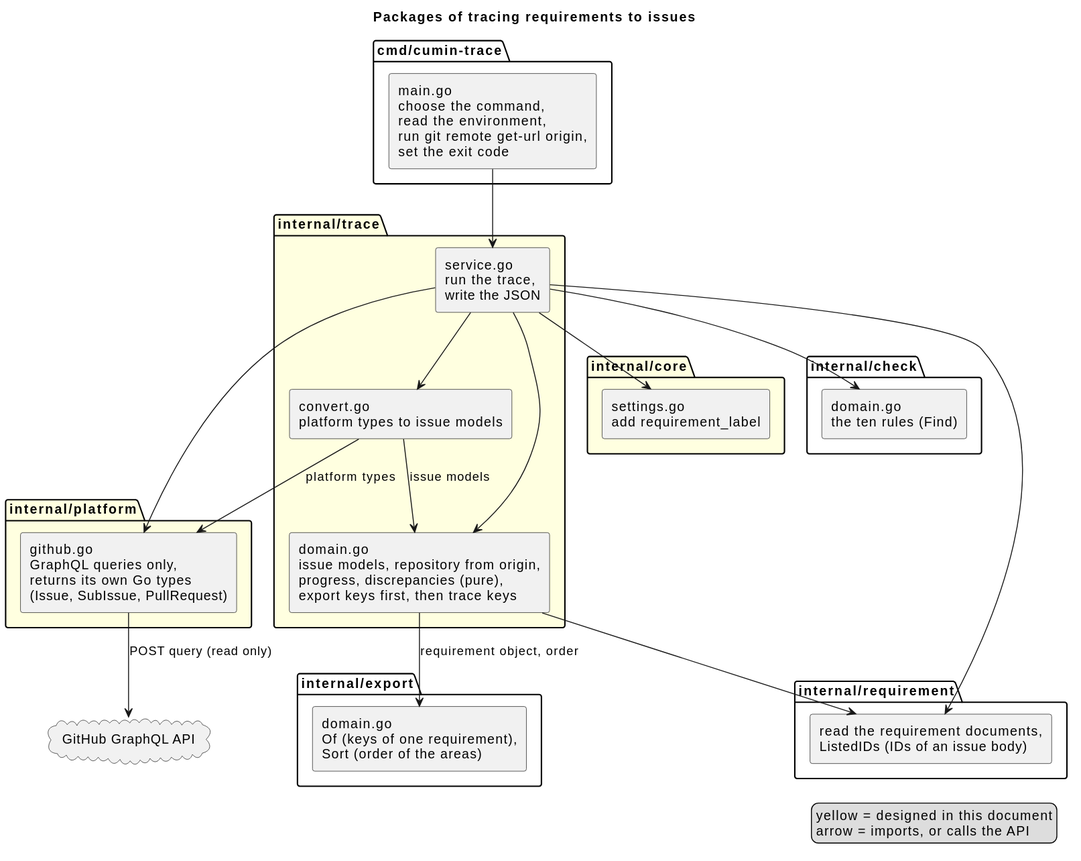
Earlier version of the PlantUML export docs/ja/designs/trace/trace-packages.svg (cloveclovedev/cumin-trace).
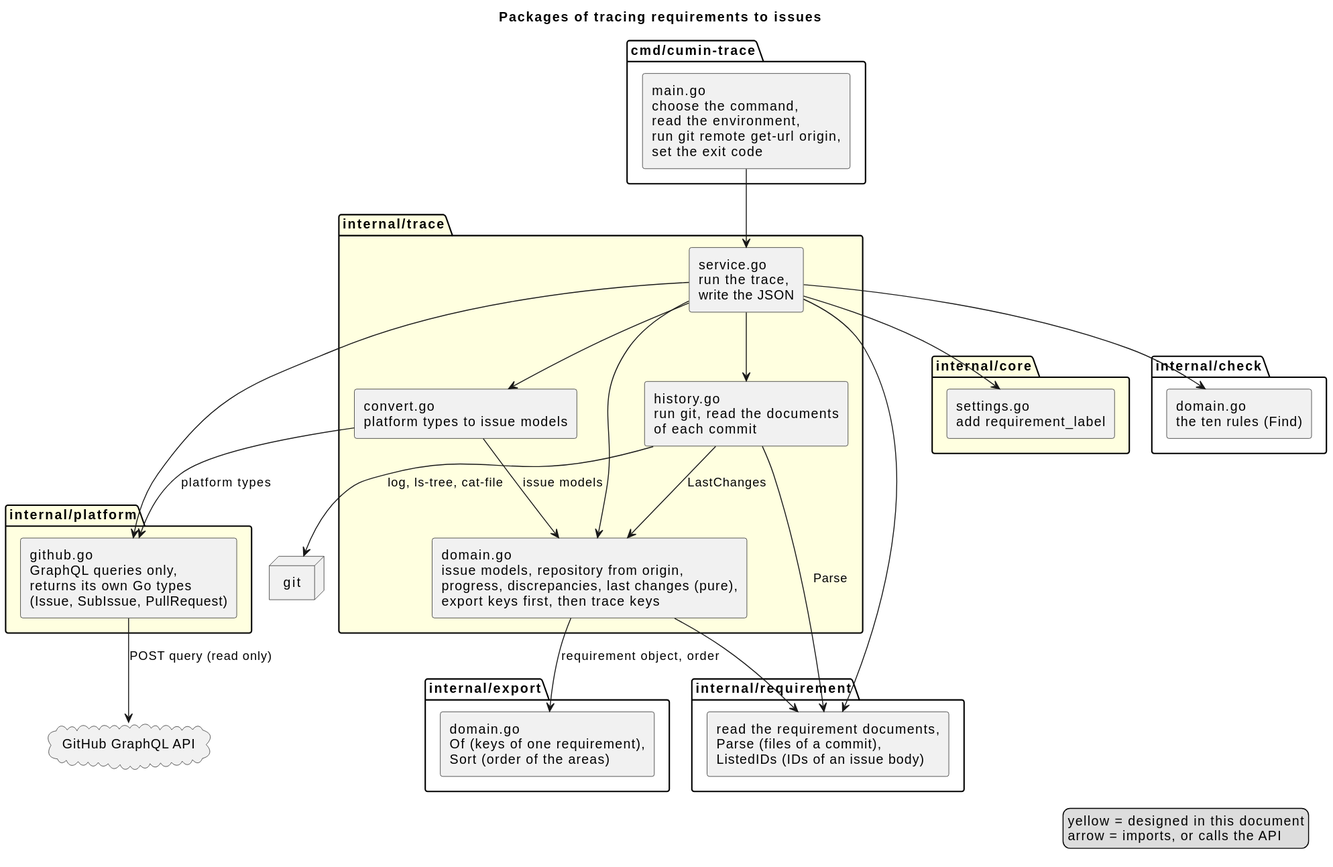
After the commit.

What changed in the source:
```diff
@@ -9,8 +9,9 @@
 
 package "internal/trace" #LightYellow {
   [service.go\nrun the trace,\nwrite the JSON] as service
-  [domain.go\nissue models, repository from origin,\nprogress, discrepancies (pure),\nexport keys first, then trace keys] as rules
+  [domain.go\nissue models, repository from origin,\nprogress, discrepancies, last changes (pure),\nexport keys first, then trace keys] as rules
   [convert.go\nplatform types to issue models] as convert
+  [history.go\nrun git, read the documents\nof each commit] as history
 }
 
 package "internal/platform" #LightYellow {
@@ -30,10 +31,11 @@
 }
 
 package "internal/requirement" {
-  [read the requirement documents,\nListedIDs (IDs of an issue body)] as requirement
+  [read the requirement documents,\nParse (files of a commit),\nListedIDs (IDs of an issue body)] as requirement
 }
 
 cloud "GitHub GraphQL API" as api
+node "git" as git
 
 main --> service
 service --> settings
@@ -42,6 +44,10 @@
 service --> rules
 service --> github
 service --> convert
+service --> history
+history --> requirement : Parse
+history --> rules : LastChanges
+history --> git : log, ls-tree, cat-file
 convert --> github : platform types
 convert --> rules : issue models
 rules --> requirement
```
